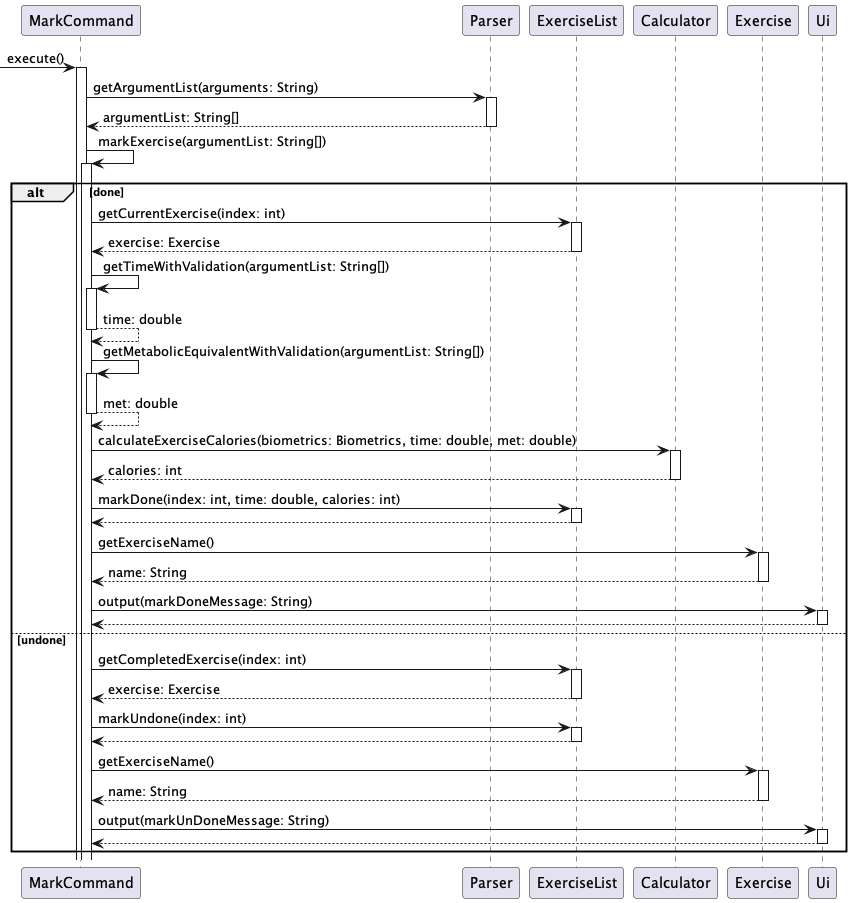
Above: docs/UmlDiagrams/MarkExercise.png in nus-cs2113-AY2223S1/tp (PlantUML), before the change. Source of this version:
```plantuml
@startuml

-> MarkCommand++:execute()
MarkCommand -> Parser++:getArgumentList(arguments: String)
return argumentList: String[]
MarkCommand -> MarkCommand++:markExercise(argumentList: String[])
alt done
MarkCommand -> ExerciseList++:getCurrentExercise(index: int)
return exercise: Exercise
MarkCommand -> MarkCommand++:getTimeWithValidation(argumentList: String[])
return time: double
MarkCommand -> MarkCommand++:getMetabolicEquivalentWithValidation(argumentList: String[])
return met: double
MarkCommand -> Calculator++:calculateExerciseCalories(biometrics: Biometrics, time: double, met: double)
return calories: int
MarkCommand -> ExerciseList++:markDone(index: int, time: double, calories: int)
return
MarkCommand -> Exercise++:getExerciseName()
return name: String
MarkCommand -> Ui++:output(markDoneMessage: String)
return
else undone
MarkCommand -> ExerciseList++:getCompletedExercise(index: int)
return exercise: Exercise
MarkCommand -> ExerciseList++:markUndone(index: int)
return
MarkCommand -> Exercise++:getExerciseName()
return name: String
MarkCommand -> Ui++:output(markUnDoneMessage: String)
return
end

@enduml
```
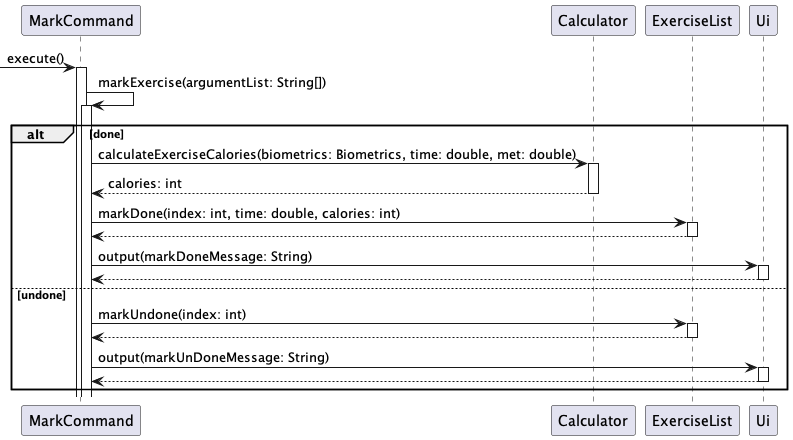
Later version of the same file.

Commit message:
Update MarkExercise activity diagram

Diff of the diagram source:
```diff
@@ -1,31 +1,17 @@
 @startuml
 
 -> MarkCommand++:execute()
-MarkCommand -> Parser++:getArgumentList(arguments: String)
-return argumentList: String[]
 MarkCommand -> MarkCommand++:markExercise(argumentList: String[])
 alt done
-MarkCommand -> ExerciseList++:getCurrentExercise(index: int)
-return exercise: Exercise
-MarkCommand -> MarkCommand++:getTimeWithValidation(argumentList: String[])
-return time: double
-MarkCommand -> MarkCommand++:getMetabolicEquivalentWithValidation(argumentList: String[])
-return met: double
 MarkCommand -> Calculator++:calculateExerciseCalories(biometrics: Biometrics, time: double, met: double)
 return calories: int
 MarkCommand -> ExerciseList++:markDone(index: int, time: double, calories: int)
 return
-MarkCommand -> Exercise++:getExerciseName()
-return name: String
 MarkCommand -> Ui++:output(markDoneMessage: String)
 return
 else undone
-MarkCommand -> ExerciseList++:getCompletedExercise(index: int)
-return exercise: Exercise
 MarkCommand -> ExerciseList++:markUndone(index: int)
 return
-MarkCommand -> Exercise++:getExerciseName()
-return name: String
 MarkCommand -> Ui++:output(markUnDoneMessage: String)
 return
 end
```
